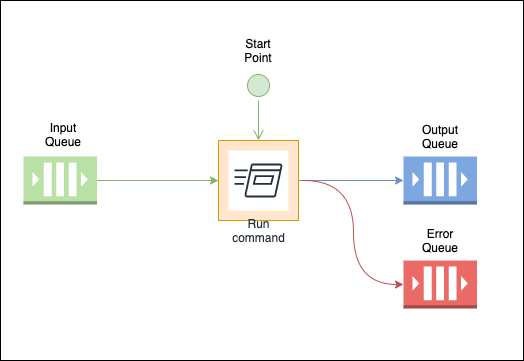
RobotUnion/rallf-ce-runner keeps this draw.io diagram as rallf-ce-runner.png. Above is the earlier version. Source tidied: cells renumbered, new cells last; positions are measured from the earlier drawing's top-left corner, leaving out a move shared by most shapes.
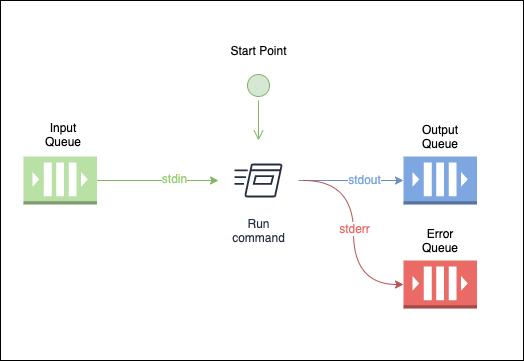
The same diagram one commit later.

What changed in the source:
```diff
@@ -5,9 +5,6 @@
     <mxCell id="2" style="rounded=0;whiteSpace=wrap;html=1;" parent="1" vertex="1">
       <mxGeometry width="523" height="360" as="geometry" />
     </mxCell>
-    <mxCell id="3" style="whiteSpace=wrap;html=1;fillColor=#ffe6cc;strokeColor=#d79b00;" parent="1" vertex="1">
-      <mxGeometry x="218" y="140" width="80" height="80" as="geometry" />
-    </mxCell>
     <mxCell id="4" style="ellipse;html=1;shape=startState;fillColor=#d5e8d4;strokeColor=#82b366;" parent="1" vertex="1">
       <mxGeometry x="243" y="70" width="30" height="30" as="geometry" />
     </mxCell>
@@ -16,20 +13,37 @@
         <mxPoint x="258" y="140" as="targetPoint" />
       </mxGeometry>
     </mxCell>
-    <mxCell id="6" style="edgeStyle=orthogonalEdgeStyle;jettySize=auto;html=1;entryX=0;entryY=0.5;entryDx=0;entryDy=0;entryPerimeter=0;curved=1;exitX=1;exitY=0.5;exitDx=0;exitDy=0;fillColor=#dae8fc;strokeColor=#6c8ebf;" parent="1" edge="1" source="3" target="12">
-      <mxGeometry relative="1" as="geometry" />
+    <mxCell id="6" style="edgeStyle=orthogonalEdgeStyle;jettySize=auto;html=1;entryX=0;entryY=0.5;entryDx=0;entryDy=0;entryPerimeter=0;curved=1;exitX=1;exitY=0.5;exitDx=0;exitDy=0;fillColor=#dae8fc;strokeColor=#6c8ebf;" parent="1" edge="1" target="12">
+      <mxGeometry relative="1" as="geometry">
+        <mxPoint x="298" y="180" as="sourcePoint" />
+      </mxGeometry>
     </mxCell>
+    <mxCell id="19" value="stdout" style="text;html=1;align=center;verticalAlign=middle;labelBackgroundColor=#ffffff;fontColor=#7EA6E0;" parent="6" vertex="1">
+      <mxGeometry x="-0.14" y="-1" relative="1" as="geometry">
+        <mxPoint x="20" y="-3" as="offset" />
+      </mxGeometry>
+    </mxCell>
     <mxCell id="7" style="edgeStyle=orthogonalEdgeStyle;curved=1;jettySize=auto;html=1;entryX=0;entryY=0.5;entryDx=0;entryDy=0;entryPerimeter=0;startArrow=none;startFill=0;endArrow=classic;endFill=1;fillColor=#f8cecc;strokeColor=#b85450;" parent="1" edge="1" target="17">
       <mxGeometry relative="1" as="geometry">
         <mxPoint x="303" y="180" as="sourcePoint" />
       </mxGeometry>
     </mxCell>
+    <mxCell id="20" value="stderr" style="text;html=1;align=center;verticalAlign=middle;labelBackgroundColor=#ffffff;fontColor=#EA6B66;" parent="7" vertex="1">
+      <mxGeometry x="-0.05" relative="1" as="geometry" />
+    </mxCell>
     <mxCell id="8" value="Run&#10;command" style="fontColor=#232F3E;gradientColor=none;strokeColor=#232F3E;fillColor=#ffffff;dashed=0;verticalLabelPosition=bottom;verticalAlign=top;align=center;html=1;fontSize=12;fontStyle=0;shape=mxgraph.aws4.resourceIcon;resIcon=mxgraph.aws4.run_command;" parent="1" vertex="1">
       <mxGeometry x="228" y="150" width="60" height="60" as="geometry" />
     </mxCell>
-    <mxCell id="9" style="edgeStyle=orthogonalEdgeStyle;curved=1;jettySize=auto;html=1;startArrow=classic;startFill=1;endArrow=none;endFill=0;fillColor=#d5e8d4;strokeColor=#82b366;exitX=0;exitY=0.5;exitDx=0;exitDy=0;entryX=1;entryY=0.5;entryDx=0;entryDy=0;entryPerimeter=0;" parent="1" edge="1" source="3" target="10">
-      <mxGeometry relative="1" as="geometry" />
+    <mxCell id="9" style="edgeStyle=orthogonalEdgeStyle;curved=1;jettySize=auto;html=1;startArrow=classic;startFill=1;endArrow=none;endFill=0;fillColor=#d5e8d4;strokeColor=#82b366;exitX=0;exitY=0.5;exitDx=0;exitDy=0;entryX=1;entryY=0.5;entryDx=0;entryDy=0;entryPerimeter=0;" parent="1" edge="1" target="10">
+      <mxGeometry relative="1" as="geometry">
+        <mxPoint x="218" y="180" as="sourcePoint" />
+      </mxGeometry>
     </mxCell>
+    <mxCell id="21" value="stdin" style="text;html=1;align=center;verticalAlign=middle;labelBackgroundColor=#ffffff;fontColor=#97D077;" parent="9" vertex="1">
+      <mxGeometry x="0.3" y="-1" relative="1" as="geometry">
+        <mxPoint x="34" y="-2" as="offset" />
+      </mxGeometry>
+    </mxCell>
     <mxCell id="10" style="outlineConnect=0;dashed=0;verticalLabelPosition=bottom;verticalAlign=top;align=center;html=1;shape=mxgraph.aws3.queue;fillColor=#B9E0A5;gradientColor=none;rotation=0;" parent="1" vertex="1">
       <mxGeometry x="23" y="156" width="73.5" height="48" as="geometry" />
     </mxCell>
@@ -46,7 +60,7 @@
       <mxGeometry x="43" y="124" width="40" height="20" as="geometry" />
     </mxCell>
     <mxCell id="15" value="Start Point" style="text;html=1;strokeColor=none;fillColor=none;align=center;verticalAlign=middle;whiteSpace=wrap;rounded=0;" parent="1" vertex="1">
-      <mxGeometry x="238" y="40" width="40" height="20" as="geometry" />
+      <mxGeometry x="220.5" y="40" width="75" height="20" as="geometry" />
     </mxCell>
     <mxCell id="16" style="group;" parent="1" vertex="1">
       <mxGeometry x="403" y="230" width="73.5" height="78" as="geometry" />
```
